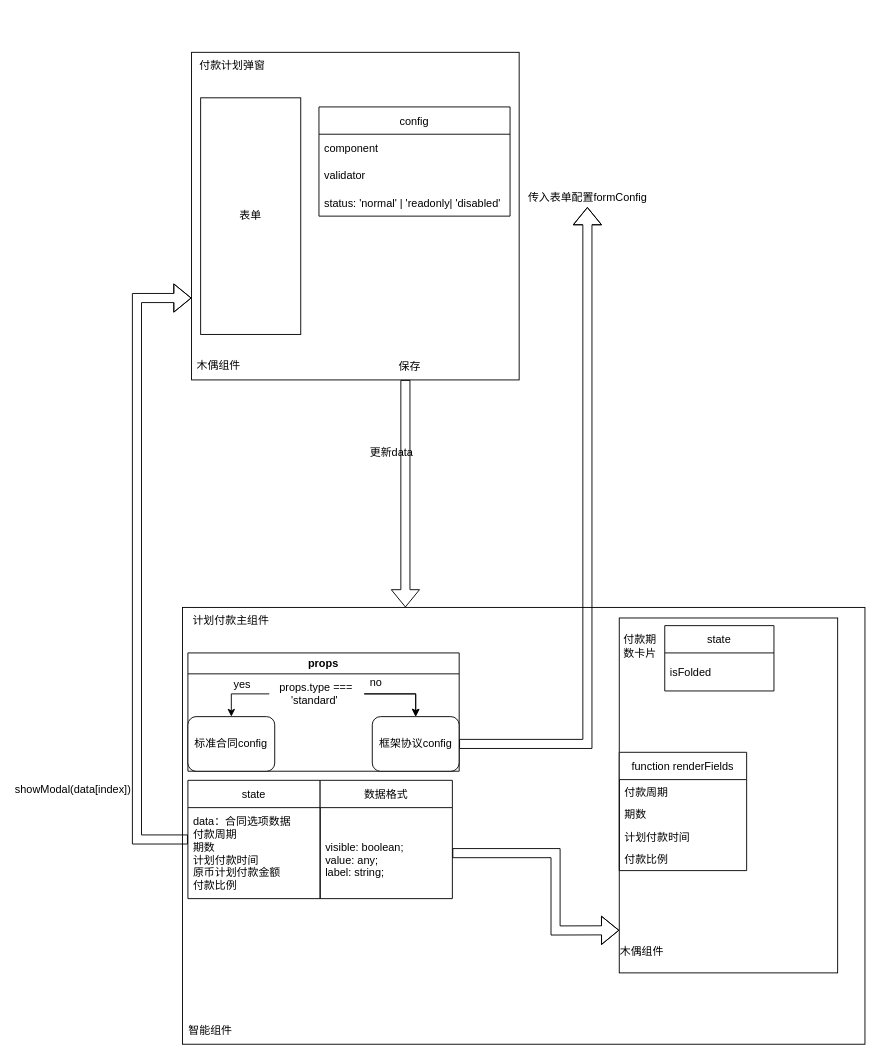
Earlier version of the draw.io diagram Untitled Diagram.drawio (littlelady2015/yctea). Source tidied: cells renumbered, new cells numbered last; positions are measured from the earlier drawing's top-left corner, leaving out a move shared by most shapes. Both pictures are drawn from the tidied source at 91%, with x=0, y=0 at pixel (46, 52).
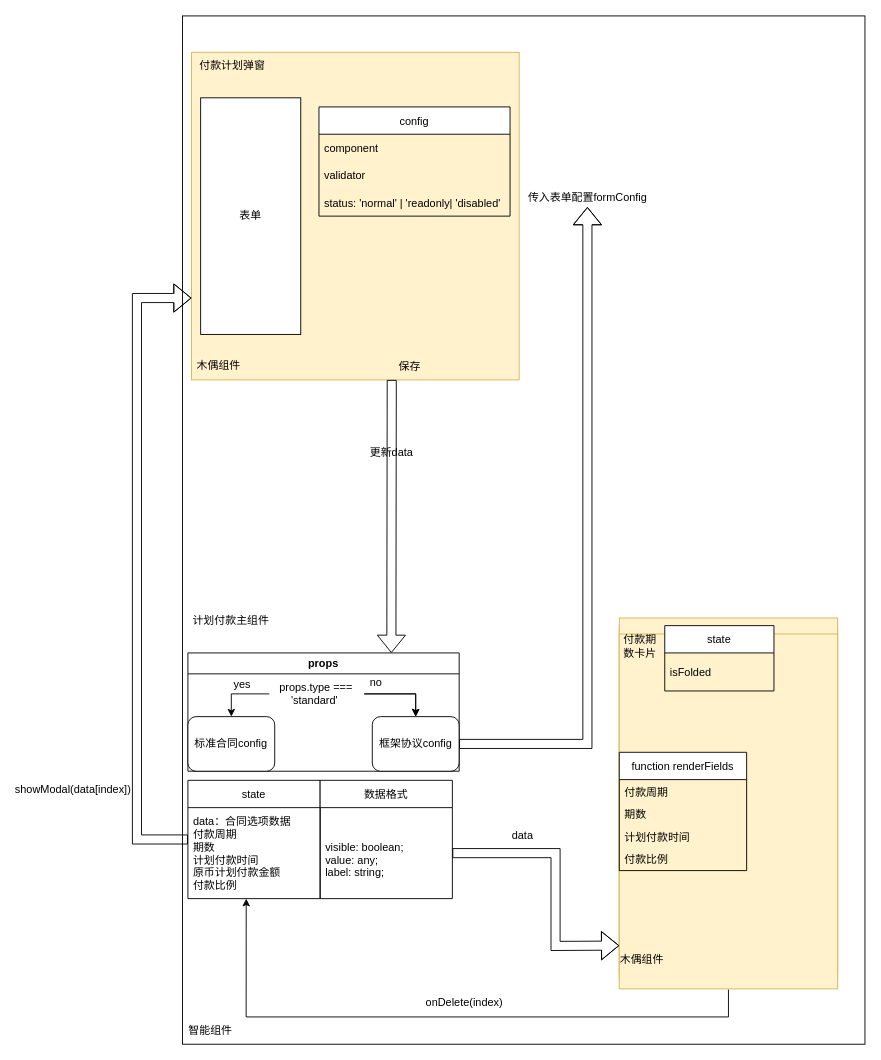
The same diagram, later.

Unchanged cells that the change refers to:
```xml
<mxCell id="11" value="更新data" style="text;html=1;strokeColor=none;fillColor=none;align=center;verticalAlign=middle;whiteSpace=wrap;rounded=0;" parent="1" vertex="1">
  <mxGeometry x="350" y="360" width="60" height="160" as="geometry" />
</mxCell>
<mxCell id="30" value="props" style="swimlane;" parent="1" vertex="1">
  <mxGeometry x="156" y="660" width="298.1" height="130" as="geometry" />
</mxCell>
<mxCell id="42" value="data：合同选项数据&#10;付款周期&#10;期数&#10;计划付款时间&#10;原币计划付款金额&#10;付款比例" style="text;strokeColor=none;fillColor=none;align=left;verticalAlign=middle;spacingLeft=4;spacingRight=4;overflow=hidden;points=[[0,0.5],[1,0.5]];portConstraint=eastwest;" parent="41" vertex="1">
  <mxGeometry y="30" width="145.3" height="100" as="geometry" />
</mxCell>
<mxCell id="44" value="&#10;visible: boolean;&#10;value: any;&#10;label: string;" style="text;strokeColor=none;fillColor=none;align=left;verticalAlign=middle;spacingLeft=4;spacingRight=4;overflow=hidden;points=[[0,0.5],[1,0.5]];portConstraint=eastwest;" parent="43" vertex="1">
  <mxGeometry y="30" width="145.3" height="100" as="geometry" />
</mxCell>
```

Change to the diagram source:
```diff
@@
     <mxCell id="2" style="rounded=0;whiteSpace=wrap;html=1;" parent="1" vertex="1">
-      <mxGeometry x="150" y="610" width="750" height="480" as="geometry" />
+      <mxGeometry x="150" y="-40" width="750" height="1130" as="geometry" />
     </mxCell>
-    <mxCell id="3" style="whiteSpace=wrap;html=1;" parent="1" vertex="1">
+    <mxCell id="3" style="whiteSpace=wrap;html=1;fillColor=#fff2cc;strokeColor=#d6b656;" parent="1" vertex="1">
       <mxGeometry x="160" width="360" height="360" as="geometry" />
     </mxCell>
@@
-    <mxCell id="14" style="group;" parent="1" vertex="1">
+    <mxCell id="14" style="group;fillColor=#fff2cc;strokeColor=#d6b656;" parent="1" vertex="1">
       <mxGeometry x="630" y="630" width="240" height="390" as="geometry" />
     </mxCell>
-    <mxCell id="15" style="group;" parent="14" vertex="1">
+    <mxCell id="15" style="group;fillColor=#fff2cc;strokeColor=#d6b656;" parent="14" vertex="1">
       <mxGeometry y="-8.4" width="240" height="390" as="geometry" />
     </mxCell>
-    <mxCell id="16" style="rounded=0;whiteSpace=wrap;html=1;" parent="15" vertex="1">
-      <mxGeometry width="240" height="390" as="geometry" />
+    <mxCell id="16" style="rounded=0;whiteSpace=wrap;html=1;fillColor=#fff2cc;strokeColor=#d6b656;" parent="15" vertex="1">
+      <mxGeometry y="17.6" width="240" height="390" as="geometry" />
     </mxCell>
     <mxCell id="17" value="木偶组件" style="text;html=1;strokeColor=none;fillColor=none;align=center;verticalAlign=middle;whiteSpace=wrap;rounded=0;" parent="15" vertex="1">
-      <mxGeometry y="343.2" width="50" height="46.8" as="geometry" />
+      <mxGeometry y="360" width="50" height="30" as="geometry" />
     </mxCell>
@@
-    <mxCell id="26" style="shape=flexArrow;endArrow=classic;html=1;rounded=0;exitX=0.75;exitY=0;exitDx=0;exitDy=0;" parent="1" edge="1" source="11">
-      <mxGeometry relative="1" as="geometry">
-        <mxPoint x="395" y="610" as="targetPoint" />
-      </mxGeometry>
+    <mxCell id="26" style="shape=flexArrow;endArrow=classic;html=1;rounded=0;exitX=0.5;exitY=0;exitDx=0;exitDy=0;entryX=0.75;entryY=0;entryDx=0;entryDy=0;" parent="1" edge="1" source="11" target="30">
+      <mxGeometry relative="1" as="geometry" />
     </mxCell>
@@
     <mxCell id="45" style="shape=flexArrow;endArrow=classic;html=1;rounded=0;exitX=1;exitY=0.5;exitDx=0;exitDy=0;entryX=0;entryY=0;entryDx=0;entryDy=0;" parent="1" edge="1" source="44" target="17">
       <mxGeometry relative="1" as="geometry">
         <Array as="points">
           <mxPoint x="560" y="880" />
-          <mxPoint x="560" y="965" />
+          <mxPoint x="560" y="982" />
         </Array>
       </mxGeometry>
     </mxCell>
+    <mxCell id="46" value="data" style="text;html=1;strokeColor=none;fillColor=none;align=center;verticalAlign=middle;whiteSpace=wrap;rounded=0;" parent="1" vertex="1">
+      <mxGeometry x="494" y="846" width="60" height="30" as="geometry" />
+    </mxCell>
+    <mxCell id="47" style="endArrow=classic;html=1;rounded=0;entryX=0.441;entryY=1;entryDx=0;entryDy=0;entryPerimeter=0;" parent="1" edge="1" target="42">
+      <mxGeometry relative="1" as="geometry">
+        <mxPoint x="750" y="1030" as="sourcePoint" />
+        <Array as="points">
+          <mxPoint x="750" y="1060" />
+          <mxPoint x="220" y="1060" />
+        </Array>
+      </mxGeometry>
+    </mxCell>
+    <mxCell id="48" value="onDelete(index)" style="text;html=1;strokeColor=none;fillColor=none;align=center;verticalAlign=middle;whiteSpace=wrap;rounded=0;" parent="1" vertex="1">
+      <mxGeometry x="430" y="1029" width="60" height="30" as="geometry" />
+    </mxCell>
```
